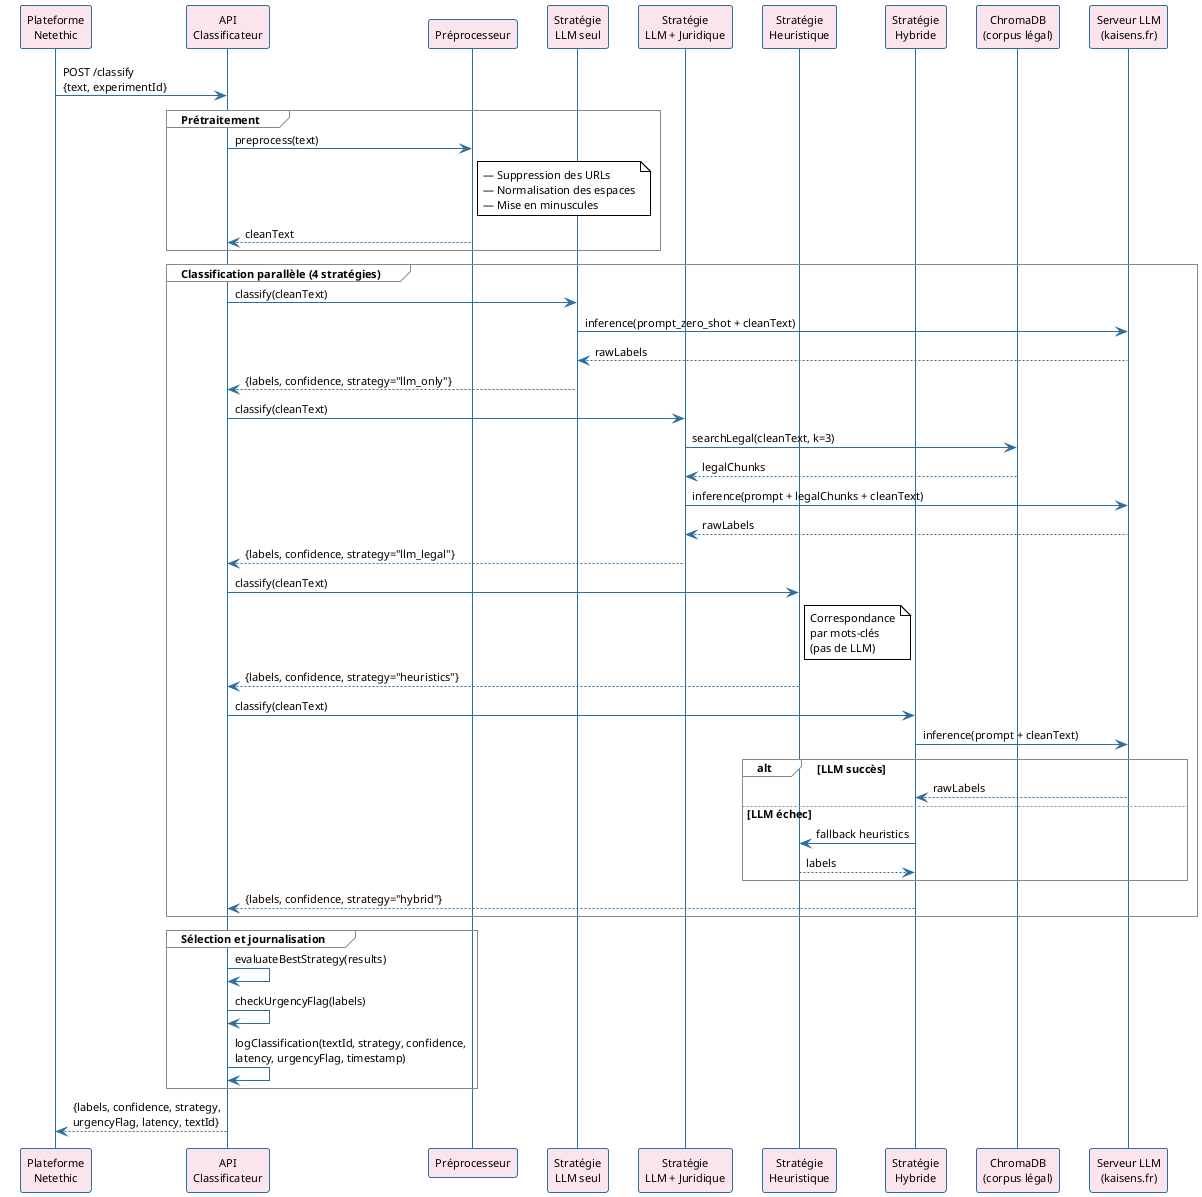
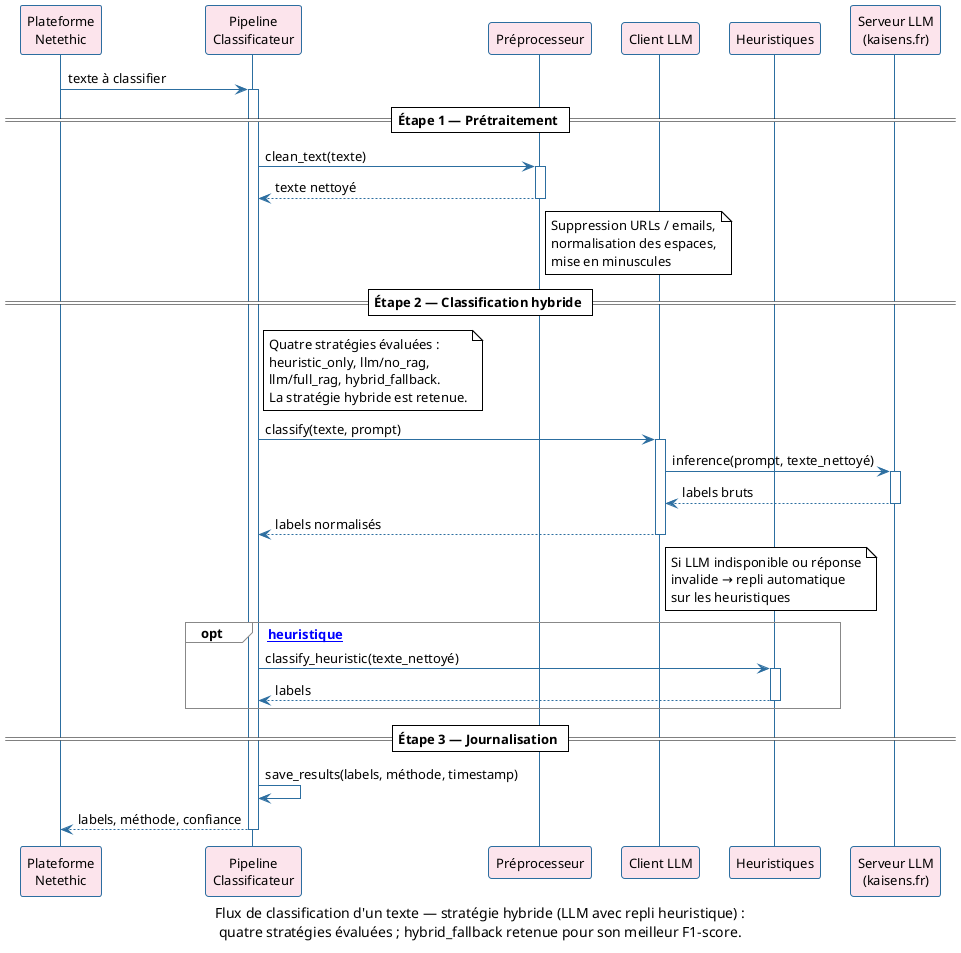
- ﻿@startuml sequence_classificateur
+ @startuml sequence_classificateur
!theme plain
skinparam sequenceArrowColor #2C6EA0
skinparam sequenceLifeLineBorderColor #2C6EA0
skinparam sequenceParticipantBorderColor #2C6EA0
skinparam sequenceParticipantBackgroundColor #FCE4EC
skinparam sequenceActorBorderColor #1A3550
skinparam sequenceGroupBorderColor #888888
skinparam defaultFontName Arial
- skinparam defaultFontSize 11
+ skinparam defaultFontSize 13

+ caption Flux de classification d'un texte — stratégie hybride (LLM avec repli heuristique) :\nquatre stratégies évaluées ; hybrid_fallback retenue pour son meilleur F1-score.

participant "Plateforme\nNetethic" as Plat
- participant "API\nClassificateur" as API
+ participant "Pipeline\nClassificateur" as API
participant "Préprocesseur" as Prep
- participant "Stratégie\nLLM seul" as SLLM
- participant "Stratégie\nLLM + Juridique" as SLegal
- participant "Stratégie\nHeuristique" as SHeur
- participant "Stratégie\nHybride" as SHybrid
- participant "ChromaDB\n(corpus légal)" as Chroma
+ participant "Client LLM" as CLLM
+ participant "Heuristiques" as Heur
participant "Serveur LLM\n(kaisens.fr)" as LLM

- Plat -> API  : POST /classify\n{text, experimentId}
+ Plat -> API : texte à classifier
+ activate API

- group Prétraitement
-   API  -> Prep : preprocess(text)
-   note right of Prep : — Suppression des URLs\n— Normalisation des espaces\n— Mise en minuscules
-   Prep --> API  : cleanText
+ == Étape 1 — Prétraitement ==
+ 
+ API -> Prep : clean_text(texte)
+ activate Prep
+ Prep --> API : texte nettoyé
+ deactivate Prep
+ note right of Prep : Suppression URLs / emails,\nnormalisation des espaces,\nmise en minuscules
+ 
+ == Étape 2 — Classification hybride ==
+ 
+ note right of API : Quatre stratégies évaluées :\nheuristic_only, llm/no_rag,\nllm/full_rag, hybrid_fallback.\nLa stratégie hybride est retenue.
+ 
+ API -> CLLM : classify(texte, prompt)
+ activate CLLM
+ CLLM -> LLM : inference(prompt, texte_nettoyé)
+ activate LLM
+ LLM --> CLLM : labels bruts
+ deactivate LLM
+ CLLM --> API : labels normalisés
+ deactivate CLLM
+ note right of CLLM : Si LLM indisponible ou réponse\ninvalide → repli automatique\nsur les heuristiques
+ 
+ opt [Repli heuristique]
+   API -> Heur : classify_heuristic(texte_nettoyé)
+   activate Heur
+   Heur --> API : labels
+   deactivate Heur
end

- group Classification parallèle (4 stratégies)
+ == Étape 3 — Journalisation ==

-   API  -> SLLM    : classify(cleanText)
-   SLLM -> LLM     : inference(prompt_zero_shot + cleanText)
-   LLM --> SLLM    : rawLabels
-   SLLM --> API    : {labels, confidence, strategy="llm_only"}
+ API -> API : save_results(labels, méthode, timestamp)

-   API  -> SLegal  : classify(cleanText)
-   SLegal -> Chroma : searchLegal(cleanText, k=3)
-   Chroma --> SLegal : legalChunks
-   SLegal -> LLM    : inference(prompt + legalChunks + cleanText)
-   LLM --> SLegal   : rawLabels
-   SLegal --> API   : {labels, confidence, strategy="llm_legal"}
- 
-   API  -> SHeur   : classify(cleanText)
-   note right of SHeur : Correspondance\npar mots-clés\n(pas de LLM)
-   SHeur --> API   : {labels, confidence, strategy="heuristics"}
- 
-   API  -> SHybrid : classify(cleanText)
-   SHybrid -> LLM  : inference(prompt + cleanText)
-   alt LLM succès
-     LLM --> SHybrid  : rawLabels
-   else LLM échec
-     SHybrid -> SHeur : fallback heuristics
-     SHeur --> SHybrid : labels
-   end
-   SHybrid --> API : {labels, confidence, strategy="hybrid"}
- 
- end
- 
- group Sélection et journalisation
-   API -> API : evaluateBestStrategy(results)
-   API -> API : checkUrgencyFlag(labels)
-   API -> API : logClassification(textId, strategy, confidence,\nlatency, urgencyFlag, timestamp)
- end
- 
- API --> Plat : {labels, confidence, strategy,\nurgencyFlag, latency, textId}
+ API --> Plat : labels, méthode, confiance
+ deactivate API

@enduml
